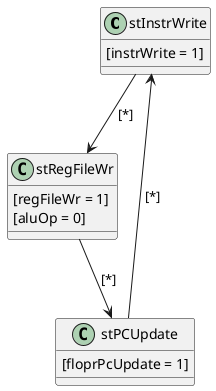
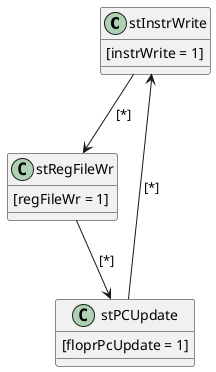
@startuml ttt
+ 

stInstrWrite --> stRegFileWr : [*]
stInstrWrite : [instrWrite = 1]


stRegFileWr --> stPCUpdate : [*]
stRegFileWr : [regFileWr = 1]
- stRegFileWr : [aluOp = 0]
+ 


stPCUpdate --> stInstrWrite : [*]
stPCUpdate : [floprPcUpdate = 1]
@enduml